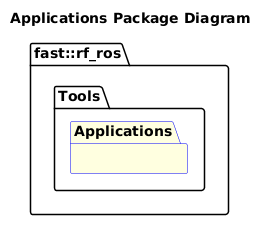
The PlantUML diagram Tools/Applications/doc/puml/ApplicationsPackageDiagram.png in fastrobotics/robot_framework_ros, before a commit. Its diagram source:
```plantuml
@startuml
title Applications Package Diagram

namespace fast::rf_ros {
    namespace Tools {
        package Applications #LightYellow;line:blue {
        }
    }
}
@enduml
```
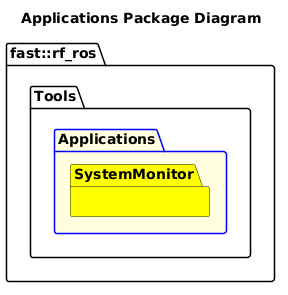
The same diagram one commit later.

What changed in the source:
```diff
@@ -4,6 +4,9 @@
 namespace fast::rf_ros {
     namespace Tools {
         package Applications #LightYellow;line:blue {
+            namespace SystemMonitor #Yellow {
+
+            }
         }
     }
 }
```
